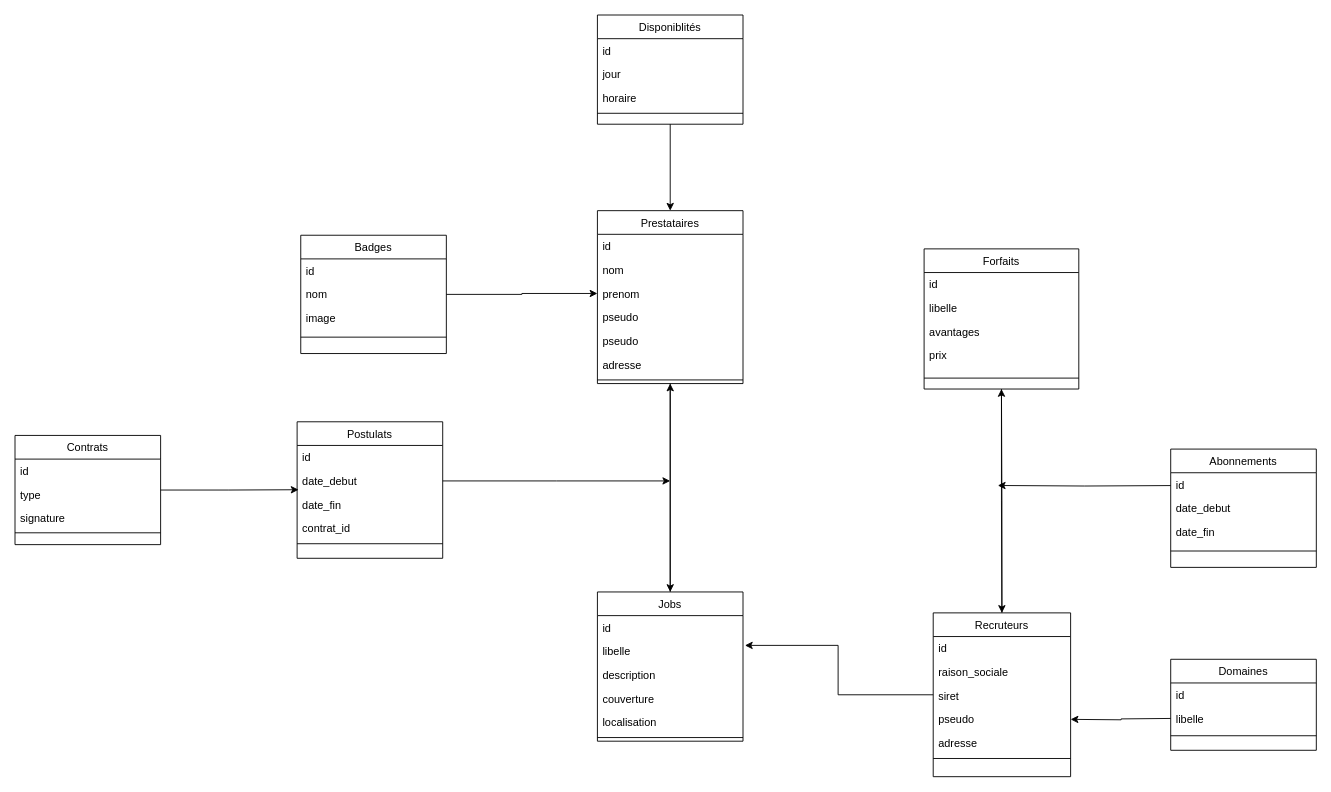
The draw.io diagram Diagramme de classes JobIZ.drawio in donne12/cac40-data-insight, before the edit. Source tidied: cells renumbered, new cells numbered last; positions are measured from the earlier drawing's top-left corner, leaving out a move shared by most shapes. Both pictures are drawn from the tidied source at 91%, with x=0, y=0 at pixel (15, 15).
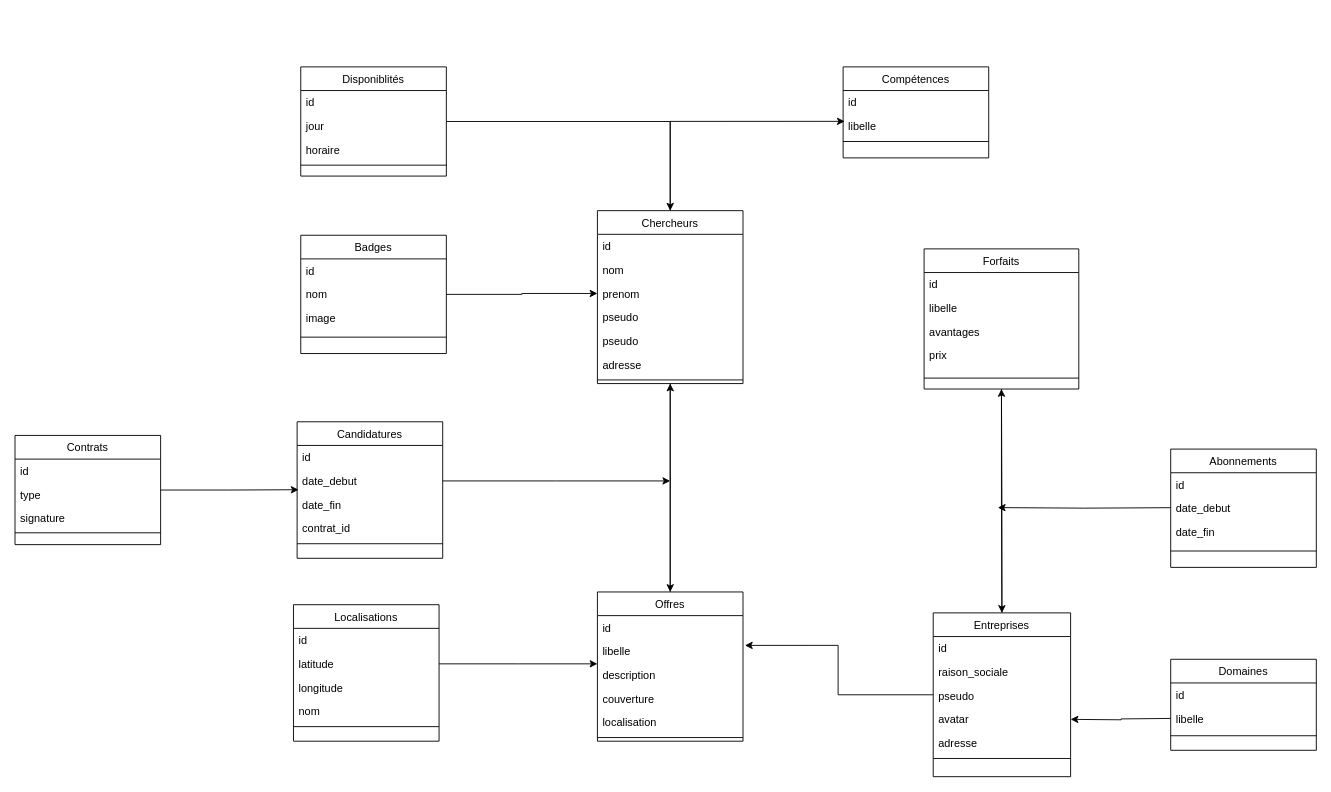
After the change.

Diff of the diagram source:
```diff
@@
-    <mxCell id="3" value="Prestataires" style="swimlane;fontStyle=0;align=center;verticalAlign=top;horizontal=1;startSize=26;rounded=0;shadow=0;strokeWidth=1;" parent="1" vertex="1">
+    <mxCell id="3" value="Chercheurs" style="swimlane;fontStyle=0;align=center;verticalAlign=top;horizontal=1;startSize=26;rounded=0;shadow=0;strokeWidth=1;" parent="1" vertex="1">
       <mxGeometry x="640" y="215" width="160" height="190" as="geometry" />
     </mxCell>
@@
-    <mxCell id="12" value="Jobs" style="swimlane;fontStyle=0;align=center;verticalAlign=top;horizontal=1;startSize=26;rounded=0;shadow=0;strokeWidth=1;" parent="1" vertex="1">
+    <mxCell id="12" value="Offres" style="swimlane;fontStyle=0;align=center;verticalAlign=top;horizontal=1;startSize=26;rounded=0;shadow=0;strokeWidth=1;" parent="1" vertex="1">
       <mxGeometry x="640" y="634" width="160" height="164" as="geometry" />
     </mxCell>
@@
-    <mxCell id="20" value="Recruteurs" style="swimlane;fontStyle=0;align=center;verticalAlign=top;horizontal=1;startSize=26;rounded=0;shadow=0;strokeWidth=1;" parent="1" vertex="1">
+    <mxCell id="20" value="Entreprises" style="swimlane;fontStyle=0;align=center;verticalAlign=top;horizontal=1;startSize=26;rounded=0;shadow=0;strokeWidth=1;" parent="1" vertex="1">
       <mxGeometry x="1009" y="657" width="151" height="180" as="geometry" />
     </mxCell>
@@
-    <mxCell id="23" value="siret" style="text;align=left;verticalAlign=top;spacingLeft=4;spacingRight=4;overflow=hidden;" parent="20" vertex="1">
-      <mxGeometry y="78" width="151" height="26" as="geometry" />
-    </mxCell>
     <mxCell id="24" value="pseudo" style="text;align=left;verticalAlign=top;spacingLeft=4;spacingRight=4;overflow=hidden;" parent="20" vertex="1">
-      <mxGeometry y="104" width="151" height="26" as="geometry" />
+      <mxGeometry y="78" width="151" height="26" as="geometry" />
     </mxCell>
+    <mxCell id="71" value="avatar" style="text;align=left;verticalAlign=top;spacingLeft=4;spacingRight=4;overflow=hidden;" parent="20" vertex="1">
+      <mxGeometry y="104" width="151" height="26" as="geometry" />
+    </mxCell>
@@
     <mxCell id="28" value="Disponiblités" style="swimlane;fontStyle=0;align=center;verticalAlign=top;horizontal=1;startSize=26;rounded=0;shadow=0;strokeWidth=1;" parent="1" vertex="1">
-      <mxGeometry x="640" width="160" height="120" as="geometry" />
+      <mxGeometry x="314" y="57" width="160" height="120" as="geometry" />
     </mxCell>
@@
-    <mxCell id="40" value="Postulats" style="swimlane;fontStyle=0;align=center;verticalAlign=top;horizontal=1;startSize=26;rounded=0;shadow=0;strokeWidth=1;" parent="1" vertex="1">
+    <mxCell id="40" value="Candidatures" style="swimlane;fontStyle=0;align=center;verticalAlign=top;horizontal=1;startSize=26;rounded=0;shadow=0;strokeWidth=1;" parent="1" vertex="1">
       <mxGeometry x="310" y="447" width="160" height="150" as="geometry" />
     </mxCell>
@@
     <mxCell id="65" style="edgeStyle=orthogonalEdgeStyle;rounded=0;orthogonalLoop=1;jettySize=auto;html=1;" parent="1" edge="1">
       <mxGeometry relative="1" as="geometry">
-        <mxPoint x="1270" y="517.1" as="sourcePoint" />
-        <mxPoint x="1080" y="517" as="targetPoint" />
+        <mxPoint x="1270" y="541.4" as="sourcePoint" />
+        <mxPoint x="1080" y="541.3" as="targetPoint" />
       </mxGeometry>
     </mxCell>
@@
+    <mxCell id="72" value="Localisations" style="swimlane;fontStyle=0;align=center;verticalAlign=top;horizontal=1;startSize=26;rounded=0;shadow=0;strokeWidth=1;" parent="1" vertex="1">
+      <mxGeometry x="306" y="648" width="160" height="150" as="geometry" />
+    </mxCell>
+    <mxCell id="73" value="id" style="text;align=left;verticalAlign=top;spacingLeft=4;spacingRight=4;overflow=hidden;" parent="72" vertex="1">
+      <mxGeometry y="26" width="160" height="26" as="geometry" />
+    </mxCell>
+    <mxCell id="74" style="edgeStyle=orthogonalEdgeStyle;rounded=0;jettySize=auto;html=1;" parent="72" edge="1" source="75">
+      <mxGeometry relative="1" as="geometry">
+        <mxPoint x="334" y="65" as="targetPoint" />
+      </mxGeometry>
+    </mxCell>
+    <mxCell id="75" value="latitude" style="text;align=left;verticalAlign=top;spacingLeft=4;spacingRight=4;overflow=hidden;points=[[0,0.5],[1,0.5]];portConstraint=eastwest;rounded=0;shadow=0;html=0;" parent="72" vertex="1">
+      <mxGeometry y="52" width="160" height="26" as="geometry" />
+    </mxCell>
+    <mxCell id="76" value="longitude" style="text;align=left;verticalAlign=top;spacingLeft=4;spacingRight=4;overflow=hidden;rounded=0;shadow=0;html=0;" parent="72" vertex="1">
+      <mxGeometry y="78" width="160" height="26" as="geometry" />
+    </mxCell>
+    <mxCell id="77" value="nom" style="text;align=left;verticalAlign=top;spacingLeft=4;spacingRight=4;overflow=hidden;rounded=0;shadow=0;html=0;" parent="72" vertex="1">
+      <mxGeometry y="104" width="160" height="26" as="geometry" />
+    </mxCell>
+    <mxCell id="78" style="line;html=1;strokeWidth=1;align=left;verticalAlign=middle;spacingTop=-1;spacingLeft=3;spacingRight=3;labelPosition=right;" parent="72" vertex="1">
+      <mxGeometry y="130" width="160" height="8" as="geometry" />
+    </mxCell>
+    <mxCell id="79" value="Compétences" style="swimlane;fontStyle=0;align=center;verticalAlign=top;horizontal=1;startSize=26;rounded=0;shadow=0;strokeWidth=1;" parent="1" vertex="1">
+      <mxGeometry x="910" y="57" width="160" height="100" as="geometry" />
+    </mxCell>
+    <mxCell id="80" value="id" style="text;align=left;verticalAlign=top;spacingLeft=4;spacingRight=4;overflow=hidden;" parent="79" vertex="1">
+      <mxGeometry y="26" width="160" height="26" as="geometry" />
+    </mxCell>
+    <mxCell id="81" value="libelle" style="text;align=left;verticalAlign=top;spacingLeft=4;spacingRight=4;overflow=hidden;points=[[0,0.5],[1,0.5]];portConstraint=eastwest;rounded=0;shadow=0;html=0;" parent="79" vertex="1">
+      <mxGeometry y="52" width="160" height="26" as="geometry" />
+    </mxCell>
+    <mxCell id="82" style="line;html=1;strokeWidth=1;align=left;verticalAlign=middle;spacingTop=-1;spacingLeft=3;spacingRight=3;labelPosition=right;" parent="79" vertex="1">
+      <mxGeometry y="78" width="160" height="8" as="geometry" />
+    </mxCell>
+    <mxCell id="83" style="edgeStyle=orthogonalEdgeStyle;rounded=0;jettySize=auto;html=1;exitX=0.5;exitY=0;exitDx=0;exitDy=0;entryX=0.011;entryY=0.302;entryDx=0;entryDy=0;entryPerimeter=0;" parent="1" edge="1" source="3" target="81">
+      <mxGeometry relative="1" as="geometry" />
+    </mxCell>
```
